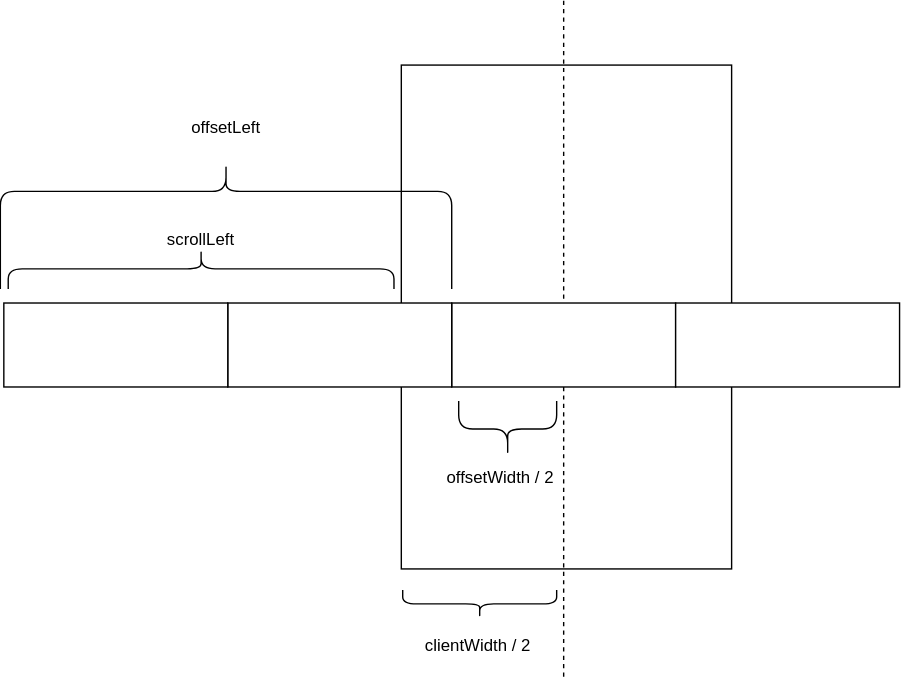
lijunlin2022/draw.io keeps this draw.io diagram as 2023-08-04-scroll-to-center.drawio.svg. Above is the earlier version. Source tidied: cells renumbered, new cells last; positions are measured from the earlier drawing's top-left corner, leaving out a move shared by most shapes.
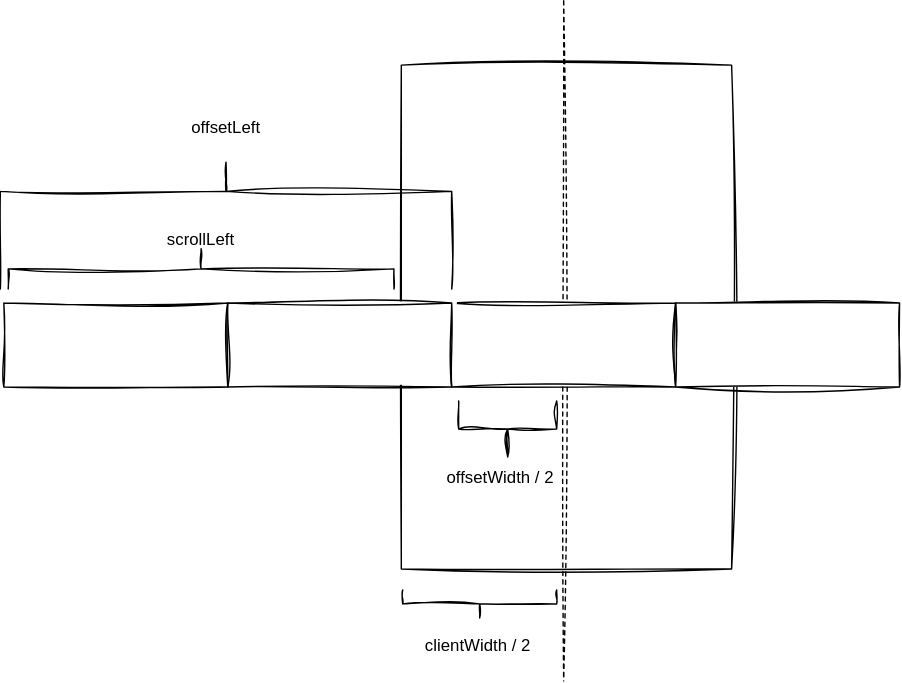
The same diagram one commit later.

Change to the diagram source:
```diff
@@ -1,50 +1,50 @@
-<mxGraphModel>
+<mxGraphModel background="#FFFFFF">
   <root>
     <mxCell id="0" />
     <mxCell id="1" parent="0" />
-    <mxCell id="2" style="whiteSpace=wrap;html=1;" parent="1" vertex="1">
+    <mxCell id="2" style="whiteSpace=wrap;html=1;rounded=0;sketch=1;curveFitting=1;jiggle=2;" parent="1" vertex="1">
       <mxGeometry x="284" y="47" width="236" height="360" as="geometry" />
     </mxCell>
-    <mxCell id="3" style="orthogonalLoop=1;jettySize=auto;html=1;rounded=0;endArrow=none;endFill=0;dashed=1;" parent="1" edge="1">
+    <mxCell id="3" style="orthogonalLoop=1;jettySize=auto;html=1;rounded=0;endArrow=none;endFill=0;dashed=1;sketch=1;curveFitting=1;jiggle=2;" parent="1" edge="1">
       <mxGeometry relative="1" as="geometry">
         <mxPoint x="400" y="1" as="sourcePoint" />
         <mxPoint x="400" y="487" as="targetPoint" />
       </mxGeometry>
     </mxCell>
-    <mxCell id="4" style="rounded=0;whiteSpace=wrap;html=1;" parent="1" vertex="1">
+    <mxCell id="4" style="rounded=0;whiteSpace=wrap;html=1;sketch=1;curveFitting=1;jiggle=2;" parent="1" vertex="1">
       <mxGeometry x="320" y="217" width="160" height="60" as="geometry" />
     </mxCell>
-    <mxCell id="5" style="rounded=0;whiteSpace=wrap;html=1;" parent="1" vertex="1">
+    <mxCell id="5" style="rounded=0;whiteSpace=wrap;html=1;sketch=1;curveFitting=1;jiggle=2;" parent="1" vertex="1">
       <mxGeometry x="160" y="217" width="160" height="60" as="geometry" />
     </mxCell>
-    <mxCell id="6" style="rounded=0;whiteSpace=wrap;html=1;" parent="1" vertex="1">
+    <mxCell id="6" style="rounded=0;whiteSpace=wrap;html=1;sketch=1;curveFitting=1;jiggle=2;" parent="1" vertex="1">
       <mxGeometry x="480" y="217" width="160" height="60" as="geometry" />
     </mxCell>
-    <mxCell id="7" style="rounded=0;whiteSpace=wrap;html=1;" parent="1" vertex="1">
+    <mxCell id="7" style="rounded=0;whiteSpace=wrap;html=1;sketch=1;curveFitting=1;jiggle=2;" parent="1" vertex="1">
       <mxGeometry y="217" width="160" height="60" as="geometry" />
     </mxCell>
-    <mxCell id="8" style="shape=curlyBracket;whiteSpace=wrap;html=1;rounded=1;labelPosition=left;verticalLabelPosition=middle;align=right;verticalAlign=middle;rotation=-90;" parent="1" vertex="1">
+    <mxCell id="8" style="shape=curlyBracket;whiteSpace=wrap;html=1;rounded=0;labelPosition=left;verticalLabelPosition=middle;align=right;verticalAlign=middle;rotation=-90;sketch=1;curveFitting=1;jiggle=2;" parent="1" vertex="1">
       <mxGeometry x="340" y="272" width="40" height="70" as="geometry" />
     </mxCell>
-    <mxCell id="9" value="offsetWidth / 2" style="text;html=1;align=center;verticalAlign=middle;whiteSpace=wrap;rounded=0;" parent="1" vertex="1">
+    <mxCell id="9" value="offsetWidth / 2" style="text;html=1;align=center;verticalAlign=middle;whiteSpace=wrap;rounded=0;sketch=1;curveFitting=1;jiggle=2;" parent="1" vertex="1">
       <mxGeometry x="310" y="327" width="90" height="30" as="geometry" />
     </mxCell>
-    <mxCell id="10" style="shape=curlyBracket;whiteSpace=wrap;html=1;rounded=1;flipH=1;labelPosition=right;verticalLabelPosition=middle;align=left;verticalAlign=middle;rotation=-90;size=0.2302222222222236;" parent="1" vertex="1">
+    <mxCell id="10" style="shape=curlyBracket;whiteSpace=wrap;html=1;rounded=0;flipH=1;labelPosition=right;verticalLabelPosition=middle;align=left;verticalAlign=middle;rotation=-90;size=0.2302222222222236;sketch=1;curveFitting=1;jiggle=2;" parent="1" vertex="1">
       <mxGeometry x="113.5" y="0.5" width="90.6" height="322.5" as="geometry" />
     </mxCell>
-    <mxCell id="11" value="offsetLeft" style="text;html=1;align=center;verticalAlign=middle;whiteSpace=wrap;rounded=0;" parent="1" vertex="1">
+    <mxCell id="11" value="offsetLeft" style="text;html=1;align=center;verticalAlign=middle;whiteSpace=wrap;rounded=0;sketch=1;curveFitting=1;jiggle=2;" parent="1" vertex="1">
       <mxGeometry x="128.8" y="77" width="60" height="30" as="geometry" />
     </mxCell>
-    <mxCell id="12" style="shape=curlyBracket;whiteSpace=wrap;html=1;rounded=1;labelPosition=left;verticalLabelPosition=middle;align=right;verticalAlign=middle;rotation=90;" parent="1" vertex="1">
+    <mxCell id="12" style="shape=curlyBracket;whiteSpace=wrap;html=1;rounded=0;labelPosition=left;verticalLabelPosition=middle;align=right;verticalAlign=middle;rotation=90;sketch=1;curveFitting=1;jiggle=2;" parent="1" vertex="1">
       <mxGeometry x="126.6" y="54.8" width="28.8" height="275.6" as="geometry" />
     </mxCell>
-    <mxCell id="13" value="scrollLeft" style="text;html=1;align=center;verticalAlign=middle;whiteSpace=wrap;rounded=0;" parent="1" vertex="1">
+    <mxCell id="13" value="scrollLeft" style="text;html=1;align=center;verticalAlign=middle;whiteSpace=wrap;rounded=0;sketch=1;curveFitting=1;jiggle=2;" parent="1" vertex="1">
       <mxGeometry x="111" y="157" width="60" height="30" as="geometry" />
     </mxCell>
-    <mxCell id="14" style="shape=curlyBracket;whiteSpace=wrap;html=1;rounded=1;flipH=1;labelPosition=right;verticalLabelPosition=middle;align=left;verticalAlign=middle;rotation=90;" parent="1" vertex="1">
+    <mxCell id="14" style="shape=curlyBracket;whiteSpace=wrap;html=1;rounded=0;flipH=1;labelPosition=right;verticalLabelPosition=middle;align=left;verticalAlign=middle;rotation=90;sketch=1;curveFitting=1;jiggle=2;" parent="1" vertex="1">
       <mxGeometry x="330" y="377" width="20" height="110" as="geometry" />
     </mxCell>
-    <mxCell id="15" value="clientWidth / 2" style="text;html=1;align=center;verticalAlign=middle;whiteSpace=wrap;rounded=0;" parent="1" vertex="1">
+    <mxCell id="15" value="clientWidth / 2" style="text;html=1;align=center;verticalAlign=middle;whiteSpace=wrap;rounded=0;sketch=1;curveFitting=1;jiggle=2;" parent="1" vertex="1">
       <mxGeometry x="284" y="447" width="110" height="30" as="geometry" />
     </mxCell>
   </root>
```
